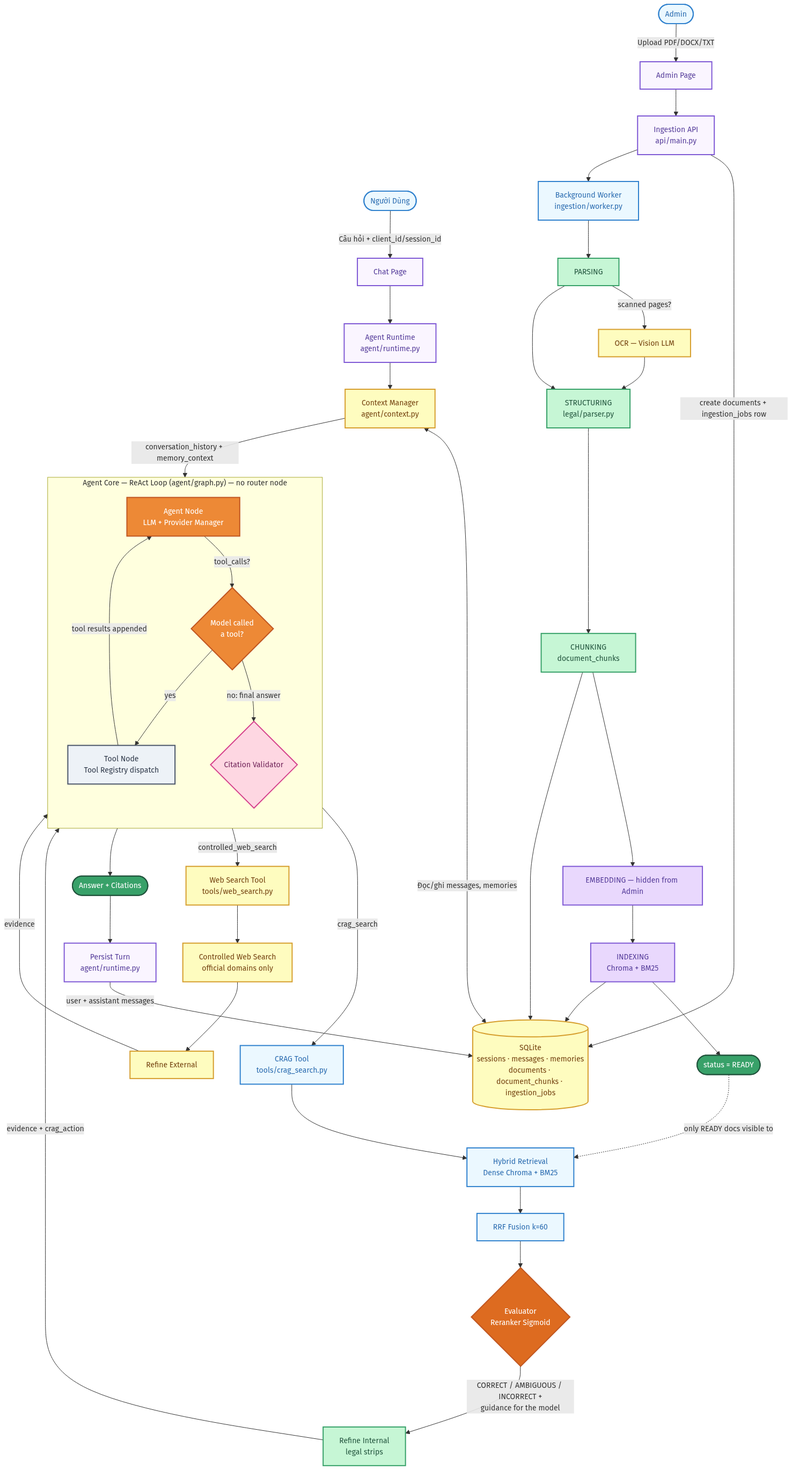
Above: docs/images/workflow.png in louisdevzz/crag (Mermaid), before the change. Its source is kept beside it as docs/workflow.mmd.
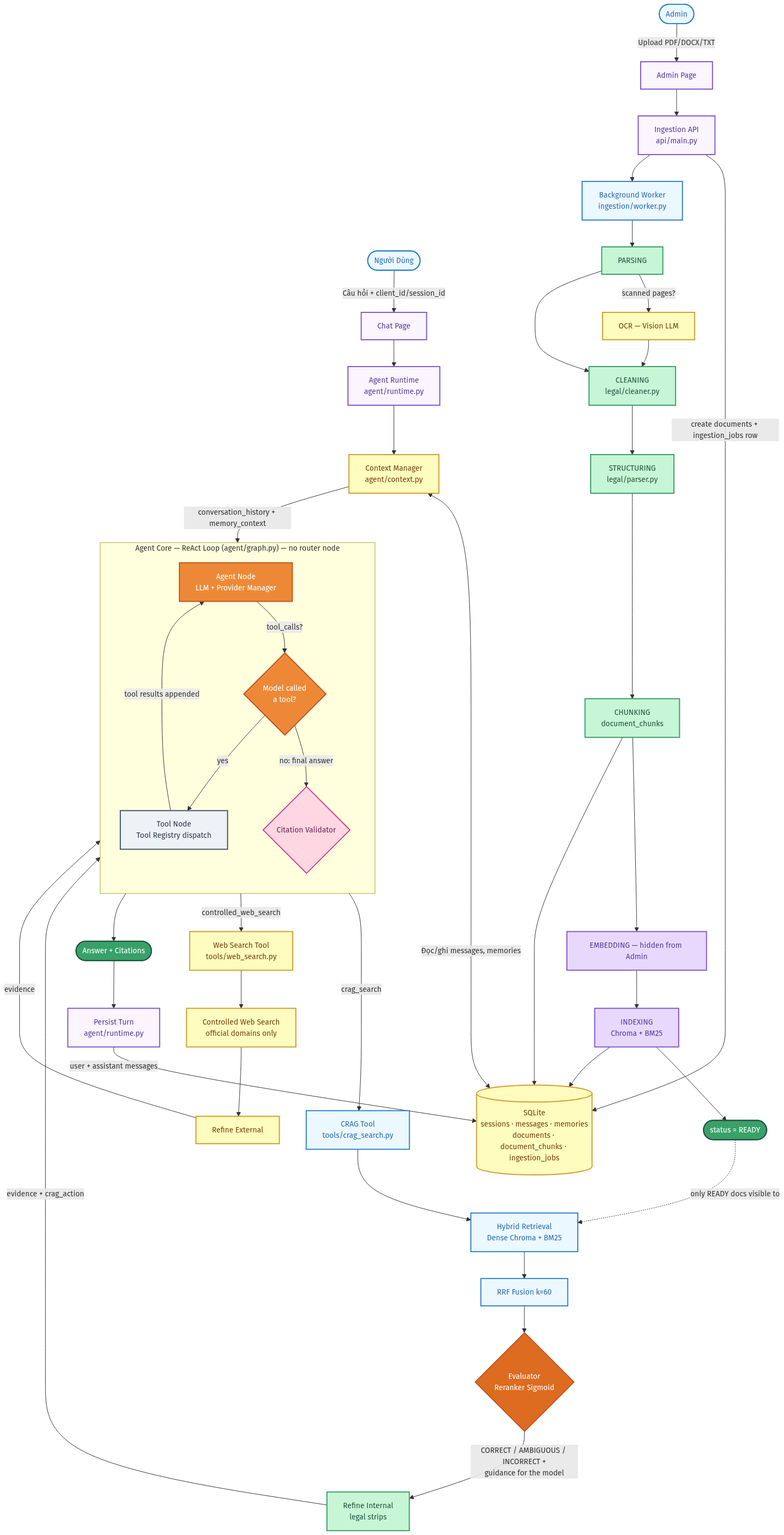
Above is the later version.

Commit message:
docs: update guides and architecture diagram for new ingestion pipeline

What changed in the source:
```diff
@@ -40,8 +40,9 @@
 
     WORKER --> P_PARSE[PARSING]:::cCorrect
     P_PARSE -->|scanned pages?| P_OCR[OCR — Vision LLM]:::cAmb
-    P_PARSE --> P_STRUCT[STRUCTURING<br/>legal/parser.py]:::cCorrect
-    P_OCR --> P_STRUCT
+    P_PARSE --> P_CLEAN[CLEANING<br/>legal/cleaner.py]:::cCorrect
+    P_OCR --> P_CLEAN
+    P_CLEAN --> P_STRUCT[STRUCTURING<br/>legal/parser.py]:::cCorrect
     P_STRUCT --> P_CHUNK[CHUNKING<br/>document_chunks]:::cCorrect
     P_CHUNK --> P_EMBED[EMBEDDING — hidden from Admin]:::cGen
     P_EMBED --> P_INDEX[INDEXING<br/>Chroma + BM25]:::cGen
```
